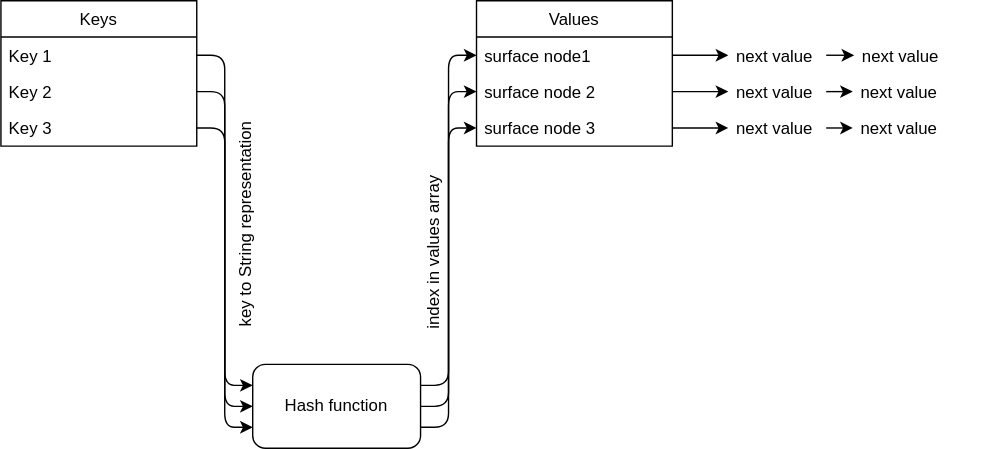
Earlier version of the draw.io export graphics/hashmap.svg (hectormiguel1/CodeDiff-Project-1). Source tidied: cells renumbered, new cells last; positions are measured from the earlier drawing's top-left corner, leaving out a move shared by most shapes.
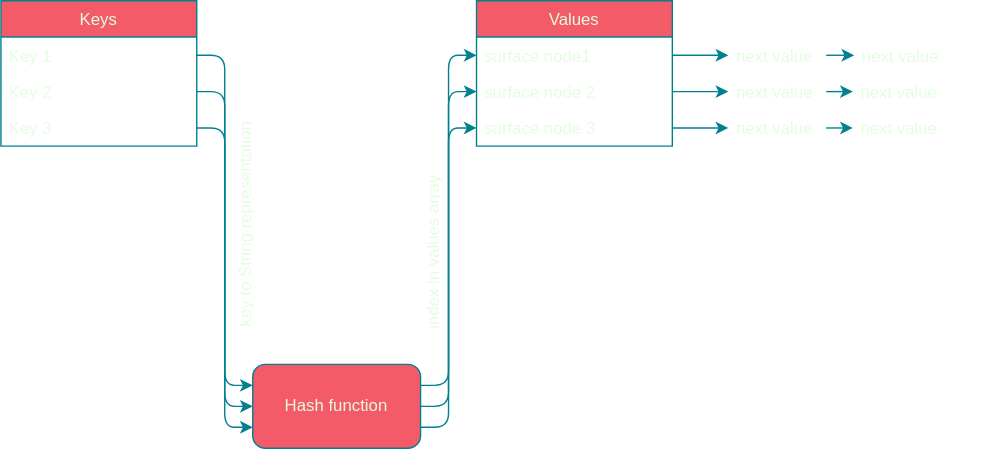
The same file after the commit.

Commit message:
embed graphic on markdown

Diff of the diagram source:
```diff
@@ -1,94 +1,94 @@
-<mxGraphModel>
+<mxGraphModel background="#114B5F">
   <root>
     <mxCell id="0" />
     <mxCell id="1" parent="0" />
-    <mxCell id="2" value="Keys" style="swimlane;fontStyle=0;horizontal=1;startSize=26;" parent="1" vertex="1">
+    <mxCell id="2" value="Keys" style="swimlane;fontStyle=0;horizontal=1;startSize=26;fillColor=#F45B69;strokeColor=#028090;fontColor=#E4FDE1;" parent="1" vertex="1">
       <mxGeometry width="140" height="104" as="geometry" />
     </mxCell>
-    <mxCell id="3" value="Key 1" style="text;strokeColor=none;fillColor=none;align=left;verticalAlign=top;spacingLeft=4;spacingRight=4;overflow=hidden;points=[[0,0.5],[1,0.5]];portConstraint=eastwest;" parent="2" vertex="1">
+    <mxCell id="3" value="Key 1" style="text;align=left;verticalAlign=top;spacingLeft=4;spacingRight=4;overflow=hidden;points=[[0,0.5],[1,0.5]];portConstraint=eastwest;fontColor=#E4FDE1;" parent="2" vertex="1">
       <mxGeometry y="26" width="140" height="26" as="geometry" />
     </mxCell>
-    <mxCell id="4" value="Key 2" style="text;strokeColor=none;fillColor=none;align=left;verticalAlign=top;spacingLeft=4;spacingRight=4;overflow=hidden;points=[[0,0.5],[1,0.5]];portConstraint=eastwest;" parent="2" vertex="1">
+    <mxCell id="4" value="Key 2" style="text;align=left;verticalAlign=top;spacingLeft=4;spacingRight=4;overflow=hidden;points=[[0,0.5],[1,0.5]];portConstraint=eastwest;fontColor=#E4FDE1;" parent="2" vertex="1">
       <mxGeometry y="52" width="140" height="26" as="geometry" />
     </mxCell>
-    <mxCell id="5" value="Key 3" style="text;strokeColor=none;fillColor=none;align=left;verticalAlign=top;spacingLeft=4;spacingRight=4;overflow=hidden;points=[[0,0.5],[1,0.5]];portConstraint=eastwest;" parent="2" vertex="1">
+    <mxCell id="5" value="Key 3" style="text;align=left;verticalAlign=top;spacingLeft=4;spacingRight=4;overflow=hidden;points=[[0,0.5],[1,0.5]];portConstraint=eastwest;fontColor=#E4FDE1;" parent="2" vertex="1">
       <mxGeometry y="78" width="140" height="26" as="geometry" />
     </mxCell>
-    <mxCell id="6" style="edgeStyle=orthogonalEdgeStyle;rounded=1;jettySize=auto;html=1;exitX=1;exitY=0.25;exitDx=0;exitDy=0;entryX=0;entryY=0.5;entryDx=0;entryDy=0;strokeColor=#000000;" parent="1" edge="1" source="9" target="15">
+    <mxCell id="6" style="edgeStyle=orthogonalEdgeStyle;rounded=1;jettySize=auto;html=1;exitX=1;exitY=0.25;exitDx=0;exitDy=0;entryX=0;entryY=0.5;entryDx=0;entryDy=0;strokeColor=#028090;labelBackgroundColor=#114B5F;fontColor=#E4FDE1;" parent="1" edge="1" source="9" target="15">
       <mxGeometry relative="1" as="geometry" />
     </mxCell>
-    <mxCell id="7" style="edgeStyle=orthogonalEdgeStyle;rounded=1;jettySize=auto;html=1;exitX=1;exitY=0.75;exitDx=0;exitDy=0;entryX=0;entryY=0.5;entryDx=0;entryDy=0;strokeColor=#000000;" parent="1" edge="1" source="9" target="14">
+    <mxCell id="7" style="edgeStyle=orthogonalEdgeStyle;rounded=1;jettySize=auto;html=1;exitX=1;exitY=0.75;exitDx=0;exitDy=0;entryX=0;entryY=0.5;entryDx=0;entryDy=0;strokeColor=#028090;labelBackgroundColor=#114B5F;fontColor=#E4FDE1;" parent="1" edge="1" source="9" target="14">
       <mxGeometry relative="1" as="geometry" />
     </mxCell>
-    <mxCell id="8" style="edgeStyle=orthogonalEdgeStyle;rounded=1;jettySize=auto;html=1;exitX=1;exitY=0.5;exitDx=0;exitDy=0;entryX=0;entryY=0.5;entryDx=0;entryDy=0;strokeColor=#000000;" parent="1" edge="1" source="9" target="16">
+    <mxCell id="8" style="edgeStyle=orthogonalEdgeStyle;rounded=1;jettySize=auto;html=1;exitX=1;exitY=0.5;exitDx=0;exitDy=0;entryX=0;entryY=0.5;entryDx=0;entryDy=0;strokeColor=#028090;labelBackgroundColor=#114B5F;fontColor=#E4FDE1;" parent="1" edge="1" source="9" target="16">
       <mxGeometry relative="1" as="geometry" />
     </mxCell>
-    <mxCell id="9" value="Hash function" style="rounded=1;whiteSpace=wrap;html=1;" parent="1" vertex="1">
+    <mxCell id="9" value="Hash function" style="rounded=1;whiteSpace=wrap;html=1;fillColor=#F45B69;strokeColor=#028090;fontColor=#E4FDE1;" parent="1" vertex="1">
       <mxGeometry x="180" y="260" width="120" height="60" as="geometry" />
     </mxCell>
-    <mxCell id="10" style="edgeStyle=orthogonalEdgeStyle;rounded=1;jettySize=auto;html=1;exitX=1;exitY=0.5;exitDx=0;exitDy=0;entryX=0;entryY=0.25;entryDx=0;entryDy=0;" parent="1" edge="1" source="3" target="9">
+    <mxCell id="10" style="edgeStyle=orthogonalEdgeStyle;rounded=1;jettySize=auto;html=1;exitX=1;exitY=0.5;exitDx=0;exitDy=0;entryX=0;entryY=0.25;entryDx=0;entryDy=0;strokeColor=#028090;labelBackgroundColor=#114B5F;fontColor=#E4FDE1;" parent="1" edge="1" source="3" target="9">
       <mxGeometry relative="1" as="geometry" />
     </mxCell>
-    <mxCell id="11" style="edgeStyle=orthogonalEdgeStyle;rounded=1;jettySize=auto;html=1;exitX=1;exitY=0.5;exitDx=0;exitDy=0;entryX=0;entryY=0.5;entryDx=0;entryDy=0;strokeColor=#000000;" parent="1" edge="1" source="4" target="9">
+    <mxCell id="11" style="edgeStyle=orthogonalEdgeStyle;rounded=1;jettySize=auto;html=1;exitX=1;exitY=0.5;exitDx=0;exitDy=0;entryX=0;entryY=0.5;entryDx=0;entryDy=0;strokeColor=#028090;labelBackgroundColor=#114B5F;fontColor=#E4FDE1;" parent="1" edge="1" source="4" target="9">
       <mxGeometry relative="1" as="geometry" />
     </mxCell>
-    <mxCell id="12" style="edgeStyle=orthogonalEdgeStyle;rounded=1;jettySize=auto;html=1;exitX=1;exitY=0.5;exitDx=0;exitDy=0;entryX=0;entryY=0.75;entryDx=0;entryDy=0;strokeColor=#000000;" parent="1" edge="1" source="5" target="9">
+    <mxCell id="12" style="edgeStyle=orthogonalEdgeStyle;rounded=1;jettySize=auto;html=1;exitX=1;exitY=0.5;exitDx=0;exitDy=0;entryX=0;entryY=0.75;entryDx=0;entryDy=0;strokeColor=#028090;labelBackgroundColor=#114B5F;fontColor=#E4FDE1;" parent="1" edge="1" source="5" target="9">
       <mxGeometry relative="1" as="geometry" />
     </mxCell>
-    <mxCell id="13" value="Values" style="swimlane;fontStyle=0;horizontal=1;startSize=26;" parent="1" vertex="1">
+    <mxCell id="13" value="Values" style="swimlane;fontStyle=0;horizontal=1;startSize=26;fillColor=#F45B69;strokeColor=#028090;fontColor=#E4FDE1;" parent="1" vertex="1">
       <mxGeometry x="340" width="140" height="104" as="geometry" />
     </mxCell>
-    <mxCell id="14" value="surface node1 " style="text;strokeColor=none;fillColor=none;align=left;verticalAlign=top;spacingLeft=4;spacingRight=4;overflow=hidden;points=[[0,0.5],[1,0.5]];portConstraint=eastwest;" parent="13" vertex="1">
+    <mxCell id="14" value="surface node1 " style="text;align=left;verticalAlign=top;spacingLeft=4;spacingRight=4;overflow=hidden;points=[[0,0.5],[1,0.5]];portConstraint=eastwest;fontColor=#E4FDE1;" parent="13" vertex="1">
       <mxGeometry y="26" width="140" height="26" as="geometry" />
     </mxCell>
-    <mxCell id="15" value="surface node 2" style="text;strokeColor=none;fillColor=none;align=left;verticalAlign=top;spacingLeft=4;spacingRight=4;overflow=hidden;points=[[0,0.5],[1,0.5]];portConstraint=eastwest;" parent="13" vertex="1">
+    <mxCell id="15" value="surface node 2" style="text;align=left;verticalAlign=top;spacingLeft=4;spacingRight=4;overflow=hidden;points=[[0,0.5],[1,0.5]];portConstraint=eastwest;fontColor=#E4FDE1;" parent="13" vertex="1">
       <mxGeometry y="52" width="140" height="26" as="geometry" />
     </mxCell>
-    <mxCell id="16" value="surface node 3 " style="text;strokeColor=none;fillColor=none;align=left;verticalAlign=top;spacingLeft=4;spacingRight=4;overflow=hidden;points=[[0,0.5],[1,0.5]];portConstraint=eastwest;" parent="13" vertex="1">
+    <mxCell id="16" value="surface node 3 " style="text;align=left;verticalAlign=top;spacingLeft=4;spacingRight=4;overflow=hidden;points=[[0,0.5],[1,0.5]];portConstraint=eastwest;fontColor=#E4FDE1;" parent="13" vertex="1">
       <mxGeometry y="78" width="140" height="26" as="geometry" />
     </mxCell>
-    <mxCell id="17" style="edgeStyle=orthogonalEdgeStyle;rounded=1;jettySize=auto;html=1;exitX=1;exitY=0.5;exitDx=0;exitDy=0;entryX=0;entryY=0.5;entryDx=0;entryDy=0;strokeColor=#000000;" parent="1" edge="1" source="18" target="20">
+    <mxCell id="17" style="edgeStyle=orthogonalEdgeStyle;rounded=1;jettySize=auto;html=1;exitX=1;exitY=0.5;exitDx=0;exitDy=0;entryX=0;entryY=0.5;entryDx=0;entryDy=0;strokeColor=#028090;labelBackgroundColor=#114B5F;fontColor=#E4FDE1;" parent="1" edge="1" source="18" target="20">
       <mxGeometry relative="1" as="geometry" />
     </mxCell>
-    <mxCell id="18" value="next value" style="text;strokeColor=none;fillColor=none;align=left;verticalAlign=top;spacingLeft=4;spacingRight=4;overflow=hidden;points=[[0,0.5],[1,0.5]];portConstraint=eastwest;" parent="1" vertex="1">
+    <mxCell id="18" value="next value" style="text;align=left;verticalAlign=top;spacingLeft=4;spacingRight=4;overflow=hidden;points=[[0,0.5],[1,0.5]];portConstraint=eastwest;fontColor=#E4FDE1;" parent="1" vertex="1">
       <mxGeometry x="520" y="26" width="70" height="26" as="geometry" />
     </mxCell>
-    <mxCell id="19" style="edgeStyle=orthogonalEdgeStyle;rounded=1;jettySize=auto;html=1;exitX=1;exitY=0.5;exitDx=0;exitDy=0;entryX=0;entryY=0.5;entryDx=0;entryDy=0;strokeColor=#000000;" parent="1" edge="1" source="14" target="18">
+    <mxCell id="19" style="edgeStyle=orthogonalEdgeStyle;rounded=1;jettySize=auto;html=1;exitX=1;exitY=0.5;exitDx=0;exitDy=0;entryX=0;entryY=0.5;entryDx=0;entryDy=0;strokeColor=#028090;labelBackgroundColor=#114B5F;fontColor=#E4FDE1;" parent="1" edge="1" source="14" target="18">
       <mxGeometry relative="1" as="geometry" />
     </mxCell>
-    <mxCell id="20" value="next value" style="text;strokeColor=none;fillColor=none;align=left;verticalAlign=top;spacingLeft=4;spacingRight=4;overflow=hidden;points=[[0,0.5],[1,0.5]];portConstraint=eastwest;" parent="1" vertex="1">
+    <mxCell id="20" value="next value" style="text;strokeColor=none;fillColor=none;align=left;verticalAlign=top;spacingLeft=4;spacingRight=4;overflow=hidden;points=[[0,0.5],[1,0.5]];portConstraint=eastwest;fontColor=#E4FDE1;" parent="1" vertex="1">
       <mxGeometry x="610" y="26" width="80" height="26" as="geometry" />
     </mxCell>
-    <mxCell id="21" style="edgeStyle=orthogonalEdgeStyle;rounded=1;jettySize=auto;html=1;exitX=1;exitY=0.5;exitDx=0;exitDy=0;entryX=0;entryY=0.5;entryDx=0;entryDy=0;strokeColor=#000000;" parent="1" edge="1" source="22">
+    <mxCell id="21" style="edgeStyle=orthogonalEdgeStyle;rounded=1;jettySize=auto;html=1;exitX=1;exitY=0.5;exitDx=0;exitDy=0;entryX=0;entryY=0.5;entryDx=0;entryDy=0;strokeColor=#028090;labelBackgroundColor=#114B5F;fontColor=#E4FDE1;" parent="1" edge="1" source="22">
       <mxGeometry relative="1" as="geometry">
         <mxPoint x="609" y="65" as="targetPoint" />
       </mxGeometry>
     </mxCell>
-    <mxCell id="22" value="next value" style="text;strokeColor=none;fillColor=none;align=left;verticalAlign=top;spacingLeft=4;spacingRight=4;overflow=hidden;points=[[0,0.5],[1,0.5]];portConstraint=eastwest;" parent="1" vertex="1">
+    <mxCell id="22" value="next value" style="text;align=left;verticalAlign=top;spacingLeft=4;spacingRight=4;overflow=hidden;points=[[0,0.5],[1,0.5]];portConstraint=eastwest;fontColor=#E4FDE1;" parent="1" vertex="1">
       <mxGeometry x="520" y="52" width="70" height="26" as="geometry" />
     </mxCell>
-    <mxCell id="23" value="next value" style="text;strokeColor=none;fillColor=none;align=left;verticalAlign=top;spacingLeft=4;spacingRight=4;overflow=hidden;" parent="1" vertex="1">
+    <mxCell id="23" value="next value" style="text;strokeColor=none;fillColor=none;align=left;verticalAlign=top;spacingLeft=4;spacingRight=4;overflow=hidden;fontColor=#E4FDE1;" parent="1" vertex="1">
       <mxGeometry x="609" y="52" width="91" height="26" as="geometry" />
     </mxCell>
-    <mxCell id="24" style="edgeStyle=orthogonalEdgeStyle;rounded=1;jettySize=auto;html=1;exitX=1;exitY=0.5;exitDx=0;exitDy=0;entryX=0;entryY=0.5;entryDx=0;entryDy=0;strokeColor=#000000;" parent="1" edge="1" source="15" target="22">
+    <mxCell id="24" style="edgeStyle=orthogonalEdgeStyle;rounded=1;jettySize=auto;html=1;exitX=1;exitY=0.5;exitDx=0;exitDy=0;entryX=0;entryY=0.5;entryDx=0;entryDy=0;strokeColor=#028090;labelBackgroundColor=#114B5F;fontColor=#E4FDE1;" parent="1" edge="1" source="15" target="22">
       <mxGeometry relative="1" as="geometry" />
     </mxCell>
-    <mxCell id="25" style="edgeStyle=orthogonalEdgeStyle;rounded=1;jettySize=auto;html=1;exitX=1;exitY=0.5;exitDx=0;exitDy=0;entryX=0;entryY=0.5;entryDx=0;entryDy=0;strokeColor=#000000;" parent="1" edge="1" source="26" target="28">
+    <mxCell id="25" style="edgeStyle=orthogonalEdgeStyle;rounded=1;jettySize=auto;html=1;exitX=1;exitY=0.5;exitDx=0;exitDy=0;entryX=0;entryY=0.5;entryDx=0;entryDy=0;strokeColor=#028090;labelBackgroundColor=#114B5F;fontColor=#E4FDE1;" parent="1" edge="1" source="26" target="28">
       <mxGeometry relative="1" as="geometry" />
     </mxCell>
-    <mxCell id="26" value="next value" style="text;strokeColor=none;fillColor=none;align=left;verticalAlign=top;spacingLeft=4;spacingRight=4;overflow=hidden;points=[[0,0.5],[1,0.5]];portConstraint=eastwest;" parent="1" vertex="1">
+    <mxCell id="26" value="next value" style="text;align=left;verticalAlign=top;spacingLeft=4;spacingRight=4;overflow=hidden;points=[[0,0.5],[1,0.5]];portConstraint=eastwest;fontColor=#E4FDE1;" parent="1" vertex="1">
       <mxGeometry x="520" y="78" width="70" height="26" as="geometry" />
     </mxCell>
-    <mxCell id="27" style="edgeStyle=orthogonalEdgeStyle;rounded=1;jettySize=auto;html=1;exitX=1;exitY=0.5;exitDx=0;exitDy=0;entryX=0;entryY=0.5;entryDx=0;entryDy=0;strokeColor=#000000;" parent="1" edge="1" source="16" target="26">
+    <mxCell id="27" style="edgeStyle=orthogonalEdgeStyle;rounded=1;jettySize=auto;html=1;exitX=1;exitY=0.5;exitDx=0;exitDy=0;entryX=0;entryY=0.5;entryDx=0;entryDy=0;strokeColor=#028090;labelBackgroundColor=#114B5F;fontColor=#E4FDE1;" parent="1" edge="1" source="16" target="26">
       <mxGeometry relative="1" as="geometry" />
     </mxCell>
-    <mxCell id="28" value="next value" style="text;strokeColor=none;fillColor=none;align=left;verticalAlign=top;spacingLeft=4;spacingRight=4;overflow=hidden;points=[[0,0.5],[1,0.5]];portConstraint=eastwest;" parent="1" vertex="1">
+    <mxCell id="28" value="next value" style="text;strokeColor=none;fillColor=none;align=left;verticalAlign=top;spacingLeft=4;spacingRight=4;overflow=hidden;points=[[0,0.5],[1,0.5]];portConstraint=eastwest;fontColor=#E4FDE1;" parent="1" vertex="1">
       <mxGeometry x="609" y="78" width="81" height="26" as="geometry" />
     </mxCell>
-    <mxCell id="29" value="index in values array" style="text;html=1;strokeColor=none;fillColor=none;align=center;verticalAlign=middle;whiteSpace=wrap;rounded=0;rotation=-90;" parent="1" vertex="1">
+    <mxCell id="29" value="index in values array" style="text;html=1;align=center;verticalAlign=middle;whiteSpace=wrap;rounded=0;rotation=-90;fontColor=#E4FDE1;" parent="1" vertex="1">
       <mxGeometry x="240" y="170" width="140" height="20" as="geometry" />
     </mxCell>
-    <mxCell id="30" value="key to String representation" style="text;html=1;strokeColor=none;fillColor=none;align=center;verticalAlign=middle;whiteSpace=wrap;rounded=0;rotation=-90;" parent="1" vertex="1">
+    <mxCell id="30" value="key to String representation" style="text;html=1;align=center;verticalAlign=middle;whiteSpace=wrap;rounded=0;rotation=-90;fontColor=#E4FDE1;" parent="1" vertex="1">
       <mxGeometry x="80" y="150" width="190" height="20" as="geometry" />
     </mxCell>
   </root>
```
